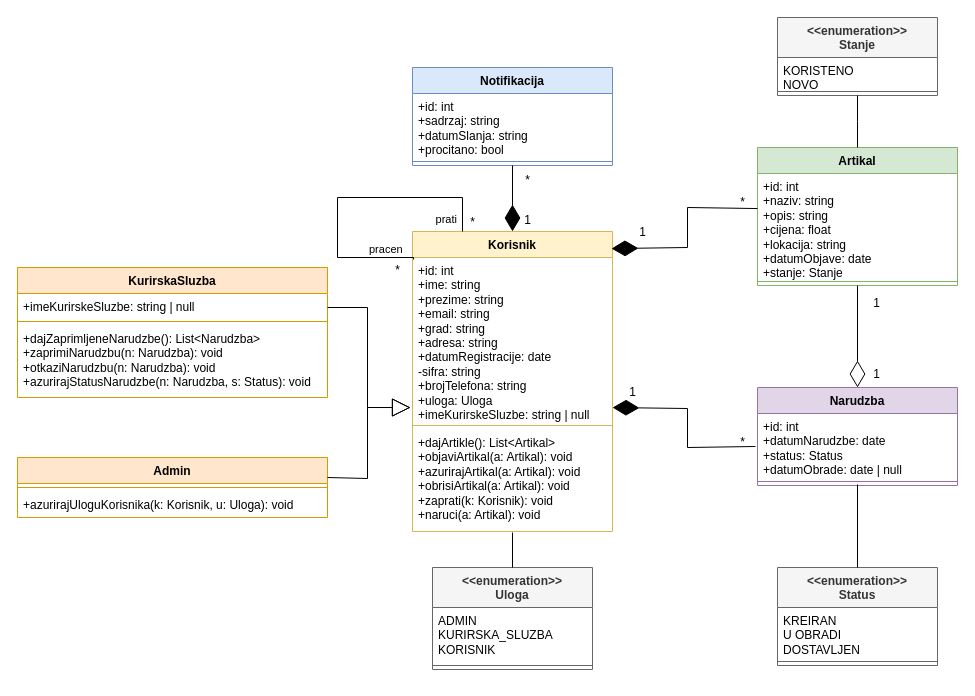
Earlier version of the draw.io diagram DijagramKlasa.drawio (ooad-2024-2025/Grupa1-Tim1). Source tidied: cells renumbered, new cells numbered last; positions are measured from the earlier drawing's top-left corner, leaving out a move shared by most shapes. Both pictures are drawn from the tidied source at 100%, with x=0, y=0 at pixel (17, 17).
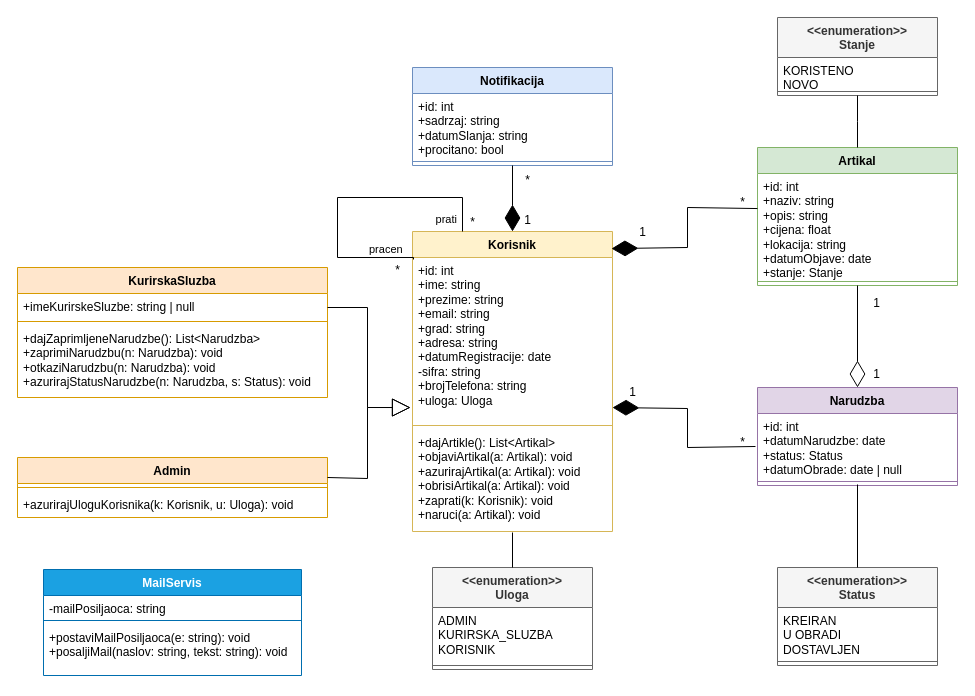
Above is the later version.

Commit message (it also covers changes not shown here):
malo updateanje dijagrama klasa

The change refers to these unchanged cells:
```xml
<mxCell id="2" value="Korisnik" style="swimlane;fontStyle=1;align=center;verticalAlign=top;horizontal=1;startSize=26;whiteSpace=wrap;html=1;fillColor=#fff2cc;strokeColor=#d6b656;" parent="1" vertex="1">
  <mxGeometry x="395" y="214" width="200" height="300" as="geometry" />
</mxCell>
```

The edit, as a diff of the source:
```diff
@@
-    <mxCell id="3" value="+id: int&lt;div&gt;+ime: string&lt;/div&gt;&lt;div&gt;+prezime: string&lt;/div&gt;&lt;div&gt;+email: string&lt;/div&gt;&lt;div&gt;+grad: string&lt;/div&gt;&lt;div&gt;+adresa: string&lt;/div&gt;&lt;div&gt;+datumRegistracije: date&lt;/div&gt;&lt;div&gt;-sifra: string&lt;/div&gt;&lt;div&gt;+brojTelefona: string&lt;/div&gt;&lt;div&gt;+uloga: Uloga&lt;/div&gt;&lt;div&gt;+imeKurirskeSluzbe: string | null&lt;/div&gt;" style="text;strokeColor=none;fillColor=none;align=left;verticalAlign=top;spacingLeft=4;spacingRight=4;overflow=hidden;points=[[0,0.5],[1,0.5]];portConstraint=eastwest;whiteSpace=wrap;html=1;" parent="2" vertex="1">
+    <mxCell id="3" value="+id: int&lt;div&gt;+ime: string&lt;/div&gt;&lt;div&gt;+prezime: string&lt;/div&gt;&lt;div&gt;+email: string&lt;/div&gt;&lt;div&gt;+grad: string&lt;/div&gt;&lt;div&gt;+adresa: string&lt;/div&gt;&lt;div&gt;+datumRegistracije: date&lt;/div&gt;&lt;div&gt;-sifra: string&lt;/div&gt;&lt;div&gt;+brojTelefona: string&lt;/div&gt;&lt;div&gt;+uloga: Uloga&lt;/div&gt;&lt;div&gt;&lt;br&gt;&lt;/div&gt;" style="text;strokeColor=none;fillColor=none;align=left;verticalAlign=top;spacingLeft=4;spacingRight=4;overflow=hidden;points=[[0,0.5],[1,0.5]];portConstraint=eastwest;whiteSpace=wrap;html=1;" parent="2" vertex="1">
       <mxGeometry y="26" width="200" height="164" as="geometry" />
     </mxCell>
@@
+    <mxCell id="53" value="MailServis" style="swimlane;fontStyle=1;align=center;verticalAlign=top;horizontal=1;startSize=26;whiteSpace=wrap;html=1;fillColor=#1ba1e2;strokeColor=#006EAF;fontColor=#ffffff;" parent="1" vertex="1">
+      <mxGeometry x="26" y="552" width="258" height="106" as="geometry" />
+    </mxCell>
+    <mxCell id="54" value="-mailPosiljaoca: string" style="text;strokeColor=none;fillColor=none;align=left;verticalAlign=top;spacingLeft=4;spacingRight=4;overflow=hidden;whiteSpace=wrap;html=1;" parent="53" vertex="1">
+      <mxGeometry y="26" width="258" height="21" as="geometry" />
+    </mxCell>
+    <mxCell id="55" style="line;strokeWidth=1;fillColor=none;align=left;verticalAlign=middle;spacingTop=-1;spacingLeft=3;spacingRight=3;labelPosition=right;strokeColor=inherit;" parent="53" vertex="1">
+      <mxGeometry y="47" width="258" height="8" as="geometry" />
+    </mxCell>
+    <mxCell id="56" value="+postaviMailPosiljaoca(e: string): void&lt;div&gt;+posaljiMail(naslov: string, tekst: string): void&lt;/div&gt;" style="text;strokeColor=none;fillColor=none;align=left;verticalAlign=top;spacingLeft=4;spacingRight=4;overflow=hidden;whiteSpace=wrap;html=1;" parent="53" vertex="1">
+      <mxGeometry y="55" width="258" height="51" as="geometry" />
+    </mxCell>
```
